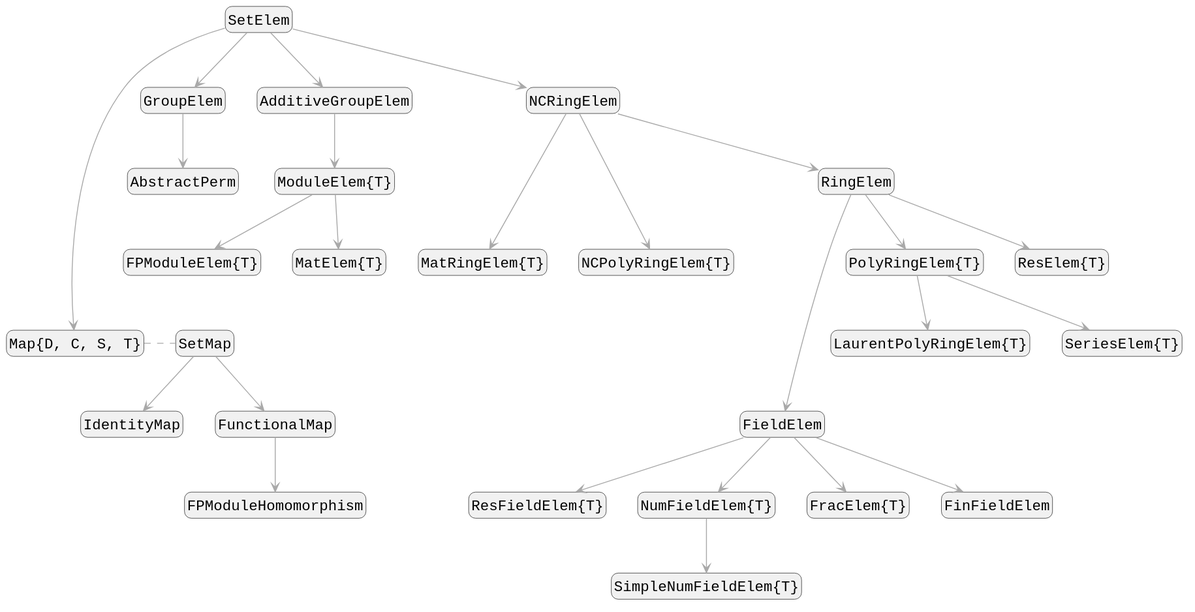
oscar-system/OscarDocumentation keeps this PlantUML diagram as previews/PR6060/AbstractAlgebra/assets/elements_diagram.svg. Above is the earlier version.
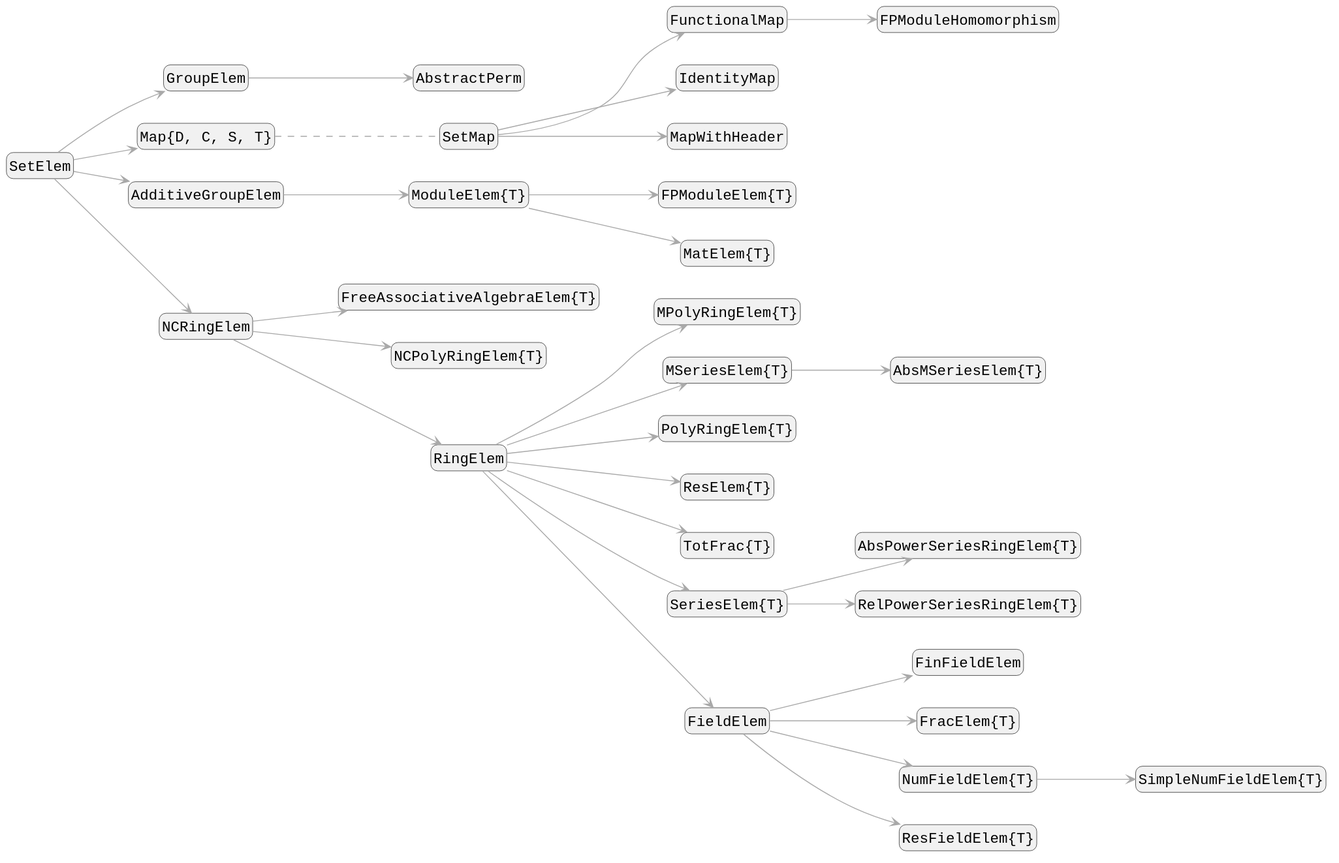
After the change.

What changed in the source:
```diff
@@ -4,38 +4,41 @@
 skinparam defaultFontSize 16
 skinparam objectArrowColor DarkGray
 skinparam RoundCorner 15
+left to right direction
 
-"SetElem" -down----> "Map{D, C, S, T}"
-"Map{D, C, S, T}" .right. "SetMap"
-"SetMap" -down-> "IdentityMap"
-"SetMap" -down-> "FunctionalMap"
-"FunctionalMap" -down-> "FPModuleHomomorphism"
+"SetElem" --> "GroupElem"
+"GroupElem" --> "AbstractPerm"
+"SetElem" --> "Map{D, C, S, T}"
+"SetElem" --> "AdditiveGroupElem"
+"AdditiveGroupElem" --> "ModuleElem{T}"
+"ModuleElem{T}" --> "FPModuleElem{T}"
+"ModuleElem{T}" --> "MatElem{T}"
+"SetElem" --> "NCRingElem"
+"NCRingElem" --> "FreeAssociativeAlgebraElem{T}"
+"NCRingElem" --> "NCPolyRingElem{T}"
+"NCRingElem" --> "RingElem"
+"RingElem" --> "MPolyRingElem{T}"
+"RingElem" --> "MSeriesElem{T}"
+"MSeriesElem{T}" --> "AbsMSeriesElem{T}"
+"RingElem" --> "PolyRingElem{T}"
+"RingElem" --> "ResElem{T}"
+"RingElem" --> "TotFrac{T}"
+"RingElem" --> "SeriesElem{T}"
+"SeriesElem{T}" --> "AbsPowerSeriesRingElem{T}"
+"SeriesElem{T}" --> "RelPowerSeriesRingElem{T}"
+"RingElem" --> "FieldElem"
+"FieldElem" --> "FinFieldElem"
+"FieldElem" --> "FracElem{T}"
+"FieldElem" --> "NumFieldElem{T}"
+"NumFieldElem{T}" --> "SimpleNumFieldElem{T}"
+"FieldElem" --> "ResFieldElem{T}"
 
-"SetElem" -down-> "GroupElem"
-"GroupElem" -down-> "AbstractPerm"
+"SetMap" --> "FunctionalMap"
+"FunctionalMap" --> "FPModuleHomomorphism"
+"SetMap" --> "IdentityMap"
+"SetMap" --> "MapWithHeader"
 
-"SetElem" -down-> "AdditiveGroupElem"
-"AdditiveGroupElem" -down-> "ModuleElem{T}"
-"ModuleElem{T}" -down-> "FPModuleElem{T}"
-"ModuleElem{T}" -down-> "MatElem{T}"
-
-"SetElem" -down-> "NCRingElem"
-"NCRingElem" -down--> "MatRingElem{T}"
-"NCRingElem" -down--> "NCPolyRingElem{T}"
-"NCRingElem" -down-> "RingElem"
-
-"RingElem" -down-> "PolyRingElem{T}"
-"PolyRingElem{T}" -down-> "SeriesElem{T}"
-"PolyRingElem{T}" -down-> "LaurentPolyRingElem{T}"
-"RingElem" -down-> "ResElem{T}"
-"RingElem" -down---> "FieldElem"
-
-"FieldElem" -down-> "FinFieldElem"
-"FieldElem" -down-> "ResFieldElem{T}"
-"FieldElem" -down-> "NumFieldElem{T}"
-"NumFieldElem{T}" -down-> "SimpleNumFieldElem{T}"
-"FieldElem" -down-> "FracElem{T}"
-
+"Map{D, C, S, T}" .. "SetMap"
 hide members
 hide circle
 @enduml
```
